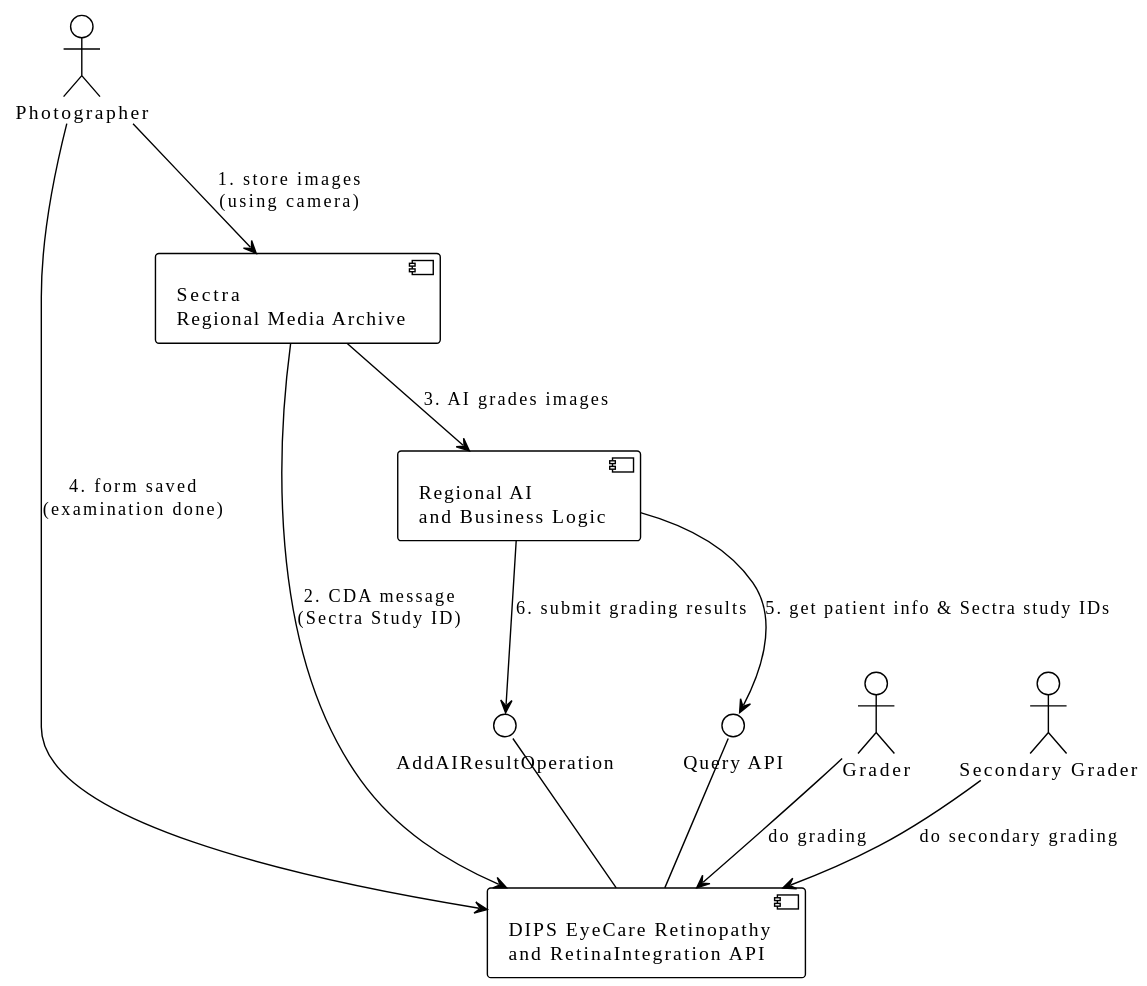
Above: docs/component-diagram.svg in DIPSAS/DIPS-RetinaIntegration-IG (PlantUML), before the change.
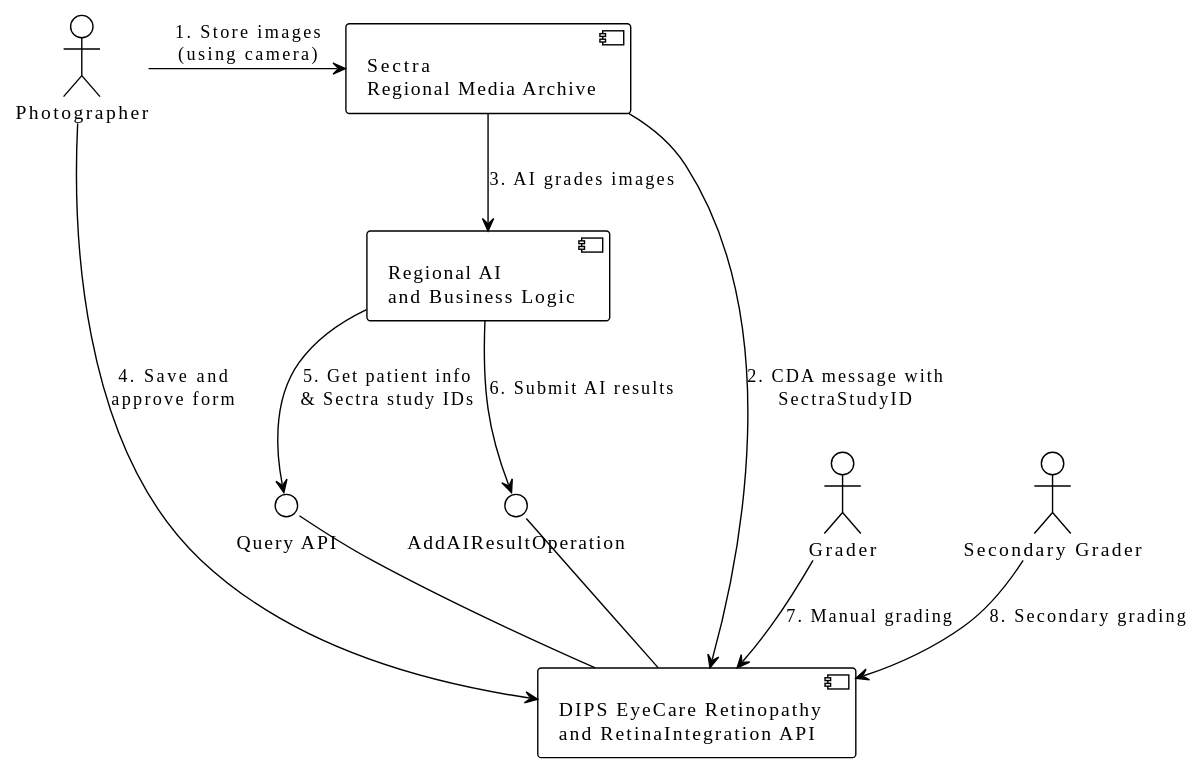
Later version of the same file.

Change to the diagram source:
```diff
@@ -1,13 +1,15 @@
 @startuml
 !theme plain
+
+
+
+actor "Photographer" as photo
+actor "Grader" as grader1
+actor "Secondary Grader" as grader2
 
 component "DIPS EyeCare Retinopathy\nand RetinaIntegration API" as dips
 component "Sectra\nRegional Media Archive" as sectra
 component "Regional AI\nand Business Logic" as aibl
-actor "Photographer" as photo
-actor "Grader" as grader1
-actor "Secondary Grader" as grader2
-
 
 () "Query API" as queryapi
 () "AddAIResultOperation" as addapi
@@ -15,12 +17,12 @@
 dips -up- queryapi
 dips -up- addapi
 
-photo --> sectra : 1. store images\n(using camera)
-sectra --> dips : 2. CDA message\n(Sectra Study ID)
+photo -right-> sectra : 1. Store images\n(using camera)
+photo --> dips : 4. Save and\napprove form
+sectra -down-> dips : 2. CDA message with\nSectraStudyID
 sectra --> aibl : 3. AI grades images
-photo --> dips : 4. form saved\n(examination done)
-aibl --> queryapi : 5. get patient info & Sectra study IDs
-aibl --> addapi : 6. submit grading results
-grader1 --> dips : do grading
-grader2 --> dips : do secondary grading
+aibl --> queryapi : 5. Get patient info\n& Sectra study IDs
+aibl --> addapi : 6. Submit AI results
+grader1 --> dips : 7. Manual grading
+grader2 --> dips : 8. Secondary grading
 @enduml
```
